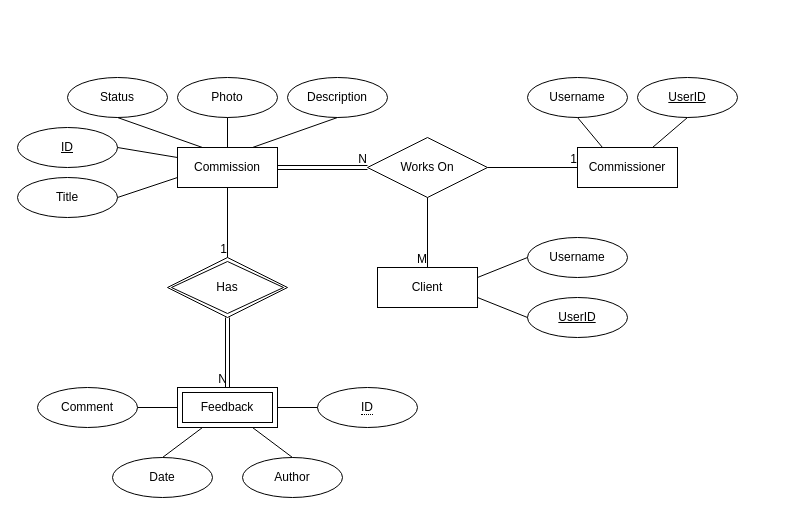
Above: Diagrams/Phase1.drawio in CocoaMilka/CS2300_Diagrams (draw.io), before the change. Source tidied: cells renumbered, new cells numbered last; positions are measured from the earlier drawing's top-left corner, leaving out a move shared by most shapes. Both pictures are drawn from the tidied source at 100%, with x=0, y=0 at pixel (17, 77).
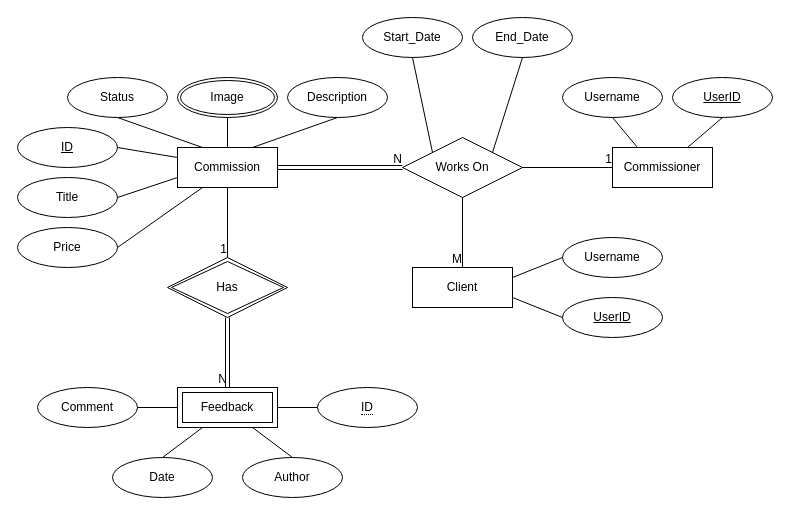
The same page after the edit.

The change refers to these unchanged cells:
```xml
<mxCell id="3" value="&lt;div&gt;Commission&lt;/div&gt;" style="whiteSpace=wrap;html=1;align=center;" parent="1" vertex="1">
  <mxGeometry x="160" y="70" width="100" height="40" as="geometry" />
</mxCell>
```

Change to the diagram source:
```diff
@@
     <mxCell id="2" value="Commissioner" style="whiteSpace=wrap;html=1;align=center;" parent="1" vertex="1">
-      <mxGeometry x="560" y="70" width="100" height="40" as="geometry" />
+      <mxGeometry x="595" y="70" width="100" height="40" as="geometry" />
     </mxCell>
@@
     <mxCell id="5" value="Client" style="whiteSpace=wrap;html=1;align=center;" parent="1" vertex="1">
-      <mxGeometry x="360" y="190" width="100" height="40" as="geometry" />
+      <mxGeometry x="395" y="190" width="100" height="40" as="geometry" />
     </mxCell>
     <mxCell id="6" value="Works On" style="shape=rhombus;perimeter=rhombusPerimeter;whiteSpace=wrap;html=1;align=center;" parent="1" vertex="1">
-      <mxGeometry x="350" y="60" width="120" height="60" as="geometry" />
+      <mxGeometry x="385" y="60" width="120" height="60" as="geometry" />
     </mxCell>
@@
     <mxCell id="14" value="UserID" style="ellipse;whiteSpace=wrap;html=1;align=center;fontStyle=4;" parent="1" vertex="1">
-      <mxGeometry x="620" width="100" height="40" as="geometry" />
+      <mxGeometry x="655" width="100" height="40" as="geometry" />
     </mxCell>
     <mxCell id="15" value="Username" style="ellipse;whiteSpace=wrap;html=1;align=center;" parent="1" vertex="1">
-      <mxGeometry x="510" width="100" height="40" as="geometry" />
+      <mxGeometry x="545" width="100" height="40" as="geometry" />
     </mxCell>
-    <mxCell id="16" value="&lt;div&gt;Photo&lt;/div&gt;" style="ellipse;whiteSpace=wrap;html=1;align=center;" parent="1" vertex="1">
-      <mxGeometry x="160" width="100" height="40" as="geometry" />
-    </mxCell>
@@
     <mxCell id="25" value="Username" style="ellipse;whiteSpace=wrap;html=1;align=center;" parent="1" vertex="1">
-      <mxGeometry x="510" y="160" width="100" height="40" as="geometry" />
+      <mxGeometry x="545" y="160" width="100" height="40" as="geometry" />
     </mxCell>
     <mxCell id="26" value="UserID" style="ellipse;whiteSpace=wrap;html=1;align=center;fontStyle=4;" parent="1" vertex="1">
-      <mxGeometry x="510" y="220" width="100" height="40" as="geometry" />
+      <mxGeometry x="545" y="220" width="100" height="40" as="geometry" />
     </mxCell>
@@
-    <mxCell id="28" style="endArrow=none;html=1;rounded=0;exitX=0.5;exitY=0;exitDx=0;exitDy=0;entryX=0.5;entryY=1;entryDx=0;entryDy=0;" parent="1" edge="1" source="3" target="16">
-      <mxGeometry relative="1" as="geometry" />
+    <mxCell id="28" style="endArrow=none;html=1;rounded=0;exitX=0.5;exitY=0;exitDx=0;exitDy=0;entryX=0.5;entryY=1;entryDx=0;entryDy=0;" parent="1" edge="1" source="3">
+      <mxGeometry relative="1" as="geometry">
+        <mxPoint x="210" y="40" as="targetPoint" />
+      </mxGeometry>
     </mxCell>
@@
+    <mxCell id="44" value="Start_Date" style="ellipse;whiteSpace=wrap;html=1;align=center;" parent="1" vertex="1">
+      <mxGeometry x="345" y="-60" width="100" height="40" as="geometry" />
+    </mxCell>
+    <mxCell id="45" value="End_Date" style="ellipse;whiteSpace=wrap;html=1;align=center;" parent="1" vertex="1">
+      <mxGeometry x="455" y="-60" width="100" height="40" as="geometry" />
+    </mxCell>
+    <mxCell id="46" style="endArrow=none;html=1;rounded=0;entryX=0;entryY=0;entryDx=0;entryDy=0;exitX=0.5;exitY=1;exitDx=0;exitDy=0;" parent="1" edge="1" source="44" target="6">
+      <mxGeometry relative="1" as="geometry" />
+    </mxCell>
+    <mxCell id="47" style="endArrow=none;html=1;rounded=0;entryX=1;entryY=0;entryDx=0;entryDy=0;exitX=0.5;exitY=1;exitDx=0;exitDy=0;" parent="1" edge="1" source="45" target="6">
+      <mxGeometry relative="1" as="geometry" />
+    </mxCell>
+    <mxCell id="48" value="Image" style="ellipse;shape=doubleEllipse;margin=3;whiteSpace=wrap;html=1;align=center;" parent="1" vertex="1">
+      <mxGeometry x="160" width="100" height="40" as="geometry" />
+    </mxCell>
+    <mxCell id="49" value="Price" style="ellipse;whiteSpace=wrap;html=1;align=center;" parent="1" vertex="1">
+      <mxGeometry y="150" width="100" height="40" as="geometry" />
+    </mxCell>
+    <mxCell id="50" style="endArrow=none;html=1;rounded=0;exitX=1;exitY=0.5;exitDx=0;exitDy=0;entryX=0.25;entryY=1;entryDx=0;entryDy=0;" parent="1" edge="1" source="49" target="3">
+      <mxGeometry relative="1" as="geometry" />
+    </mxCell>
```
